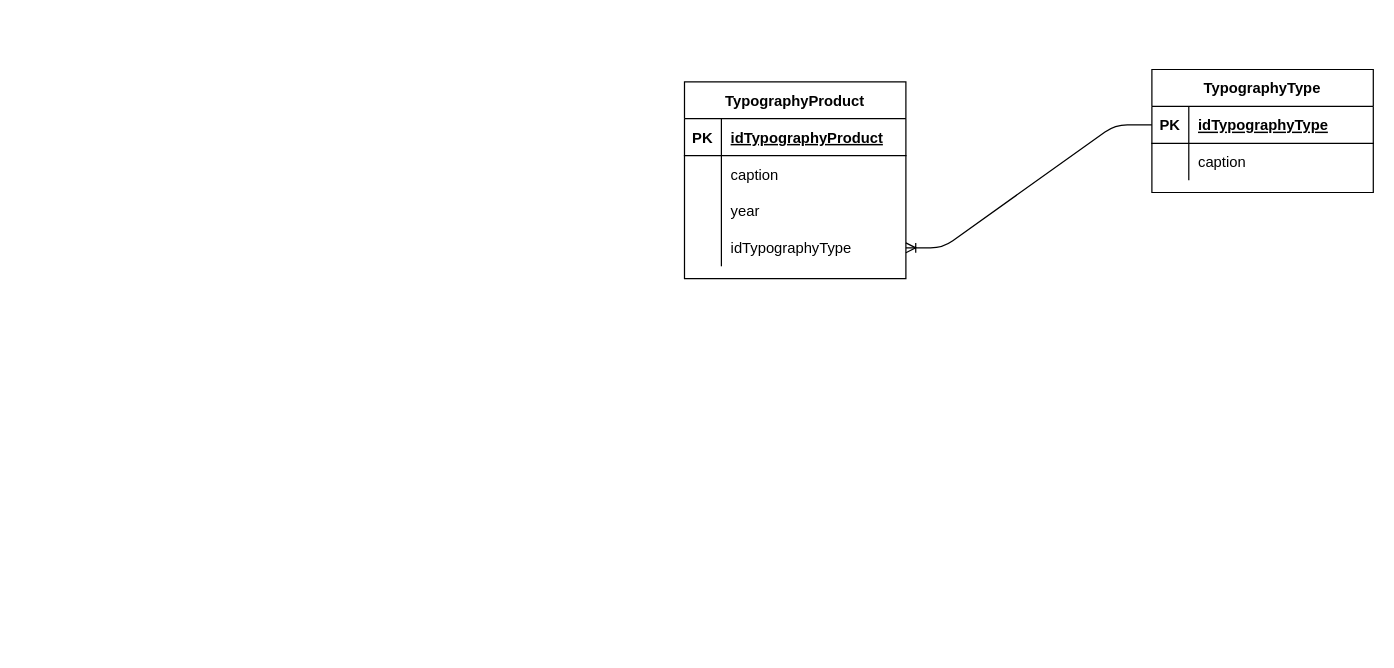
Earlier version of the draw.io diagram page "Общая структура" (1 of 2) of Vetus-liber_db.drawio (pmswga/Manuscript). Source tidied: cells renumbered, new cells numbered last; positions are measured from the earlier drawing's top-left corner, leaving out a move shared by most shapes. Both pictures are drawn from the tidied source at 123%, with x=0, y=0 at pixel (684, 69).
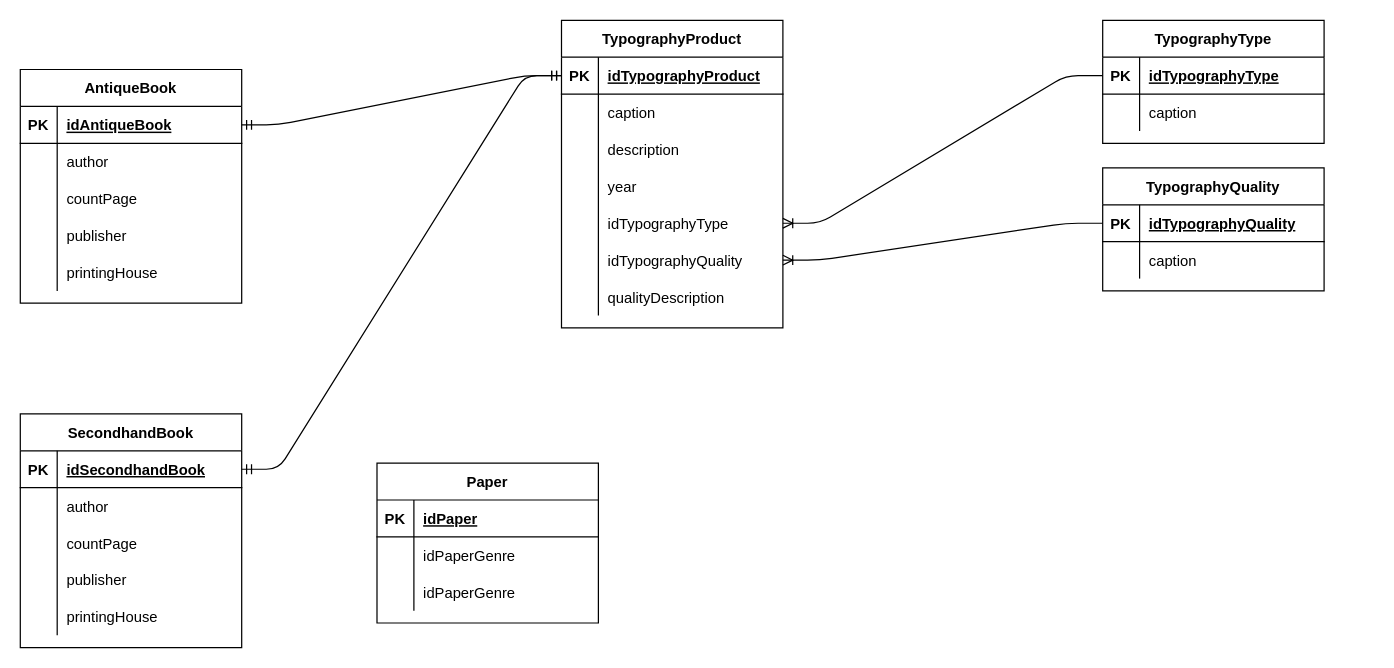
Above is the later version.

The change refers to these unchanged cells:
```xml
<mxCell id="4" style="shape=partialRectangle;fillColor=none;top=0;left=0;bottom=1;right=0;points=[[0,0.5],[1,0.5]];portConstraint=eastwest;" parent="3" vertex="1">
  <mxGeometry y="30" width="180" height="30" as="geometry" />
</mxCell>
<mxCell id="17" style="shape=partialRectangle;fillColor=none;top=0;left=0;bottom=1;right=0;points=[[0,0.5],[1,0.5]];portConstraint=eastwest;" parent="16" vertex="1">
  <mxGeometry y="30" width="180" height="30" as="geometry" />
</mxCell>
```

Change to the diagram source:
```diff
@@
-    <mxCell id="2" style="edgeStyle=entityRelationEdgeStyle;fontSize=12;html=1;endArrow=ERoneToMany;" parent="1" edge="1" source="17" target="13">
+    <mxCell id="2" style="edgeStyle=entityRelationEdgeStyle;fontSize=12;html=1;endArrow=ERoneToMany;" parent="1" edge="1" source="17" target="26">
       <mxGeometry relative="1" as="geometry" />
     </mxCell>
     <mxCell id="3" value="TypographyProduct" style="shape=table;startSize=30;childLayout=tableLayout;rowLines=0;fontStyle=1;align=center;" parent="1" vertex="1">
-      <mxGeometry y="10" width="180" height="160" as="geometry" />
+      <mxGeometry x="-100" y="-40" width="180" height="250" as="geometry" />
     </mxCell>
@@
+    <mxCell id="23" style="shape=partialRectangle;fillColor=none;top=0;left=0;bottom=0;right=0;" parent="3" vertex="1">
+      <mxGeometry y="90" width="180" height="30" as="geometry" />
+    </mxCell>
+    <mxCell id="24" style="shape=partialRectangle;fillColor=none;top=0;left=0;bottom=0;right=0;overflow=hidden;" parent="23" vertex="1">
+      <mxGeometry width="30" height="30" as="geometry" />
+    </mxCell>
+    <mxCell id="25" value="description" style="shape=partialRectangle;fillColor=none;top=0;left=0;bottom=0;right=0;align=left;spacingLeft=6;overflow=hidden;" parent="23" vertex="1">
+      <mxGeometry x="30" width="150" height="30" as="geometry" />
+    </mxCell>
     <mxCell id="10" style="shape=partialRectangle;fillColor=none;top=0;left=0;bottom=0;right=0;" parent="3" vertex="1">
-      <mxGeometry y="90" width="180" height="30" as="geometry" />
+      <mxGeometry y="120" width="180" height="30" as="geometry" />
     </mxCell>
@@
+    <mxCell id="26" style="shape=partialRectangle;fillColor=none;top=0;left=0;bottom=0;right=0;points=[[0,0.5],[1,0.5]];portConstraint=eastwest;" parent="3" vertex="1">
+      <mxGeometry y="150" width="180" height="30" as="geometry" />
+    </mxCell>
+    <mxCell id="27" style="shape=partialRectangle;fillColor=none;top=0;left=0;bottom=0;right=0;overflow=hidden;" parent="26" vertex="1">
+      <mxGeometry width="30" height="30" as="geometry" />
+    </mxCell>
+    <mxCell id="28" value="idTypographyType" style="shape=partialRectangle;fillColor=none;top=0;left=0;bottom=0;right=0;align=left;spacingLeft=6;overflow=hidden;" parent="26" vertex="1">
+      <mxGeometry x="30" width="150" height="30" as="geometry" />
+    </mxCell>
+    <mxCell id="29" style="shape=partialRectangle;fillColor=none;top=0;left=0;bottom=0;right=0;points=[[0,0.5],[1,0.5]];portConstraint=eastwest;" parent="3" vertex="1">
+      <mxGeometry y="180" width="180" height="30" as="geometry" />
+    </mxCell>
+    <mxCell id="30" style="shape=partialRectangle;fillColor=none;top=0;left=0;bottom=0;right=0;overflow=hidden;" parent="29" vertex="1">
+      <mxGeometry width="30" height="30" as="geometry" />
+    </mxCell>
+    <mxCell id="31" value="idTypographyQuality" style="shape=partialRectangle;fillColor=none;top=0;left=0;bottom=0;right=0;align=left;spacingLeft=6;overflow=hidden;" parent="29" vertex="1">
+      <mxGeometry x="30" width="150" height="30" as="geometry" />
+    </mxCell>
     <mxCell id="13" style="shape=partialRectangle;fillColor=none;top=0;left=0;bottom=0;right=0;points=[[0,0.5],[1,0.5]];portConstraint=eastwest;" parent="3" vertex="1">
-      <mxGeometry y="120" width="180" height="30" as="geometry" />
+      <mxGeometry y="210" width="180" height="30" as="geometry" />
     </mxCell>
@@
-    <mxCell id="15" value="idTypographyType" style="shape=partialRectangle;fillColor=none;top=0;left=0;bottom=0;right=0;align=left;spacingLeft=6;overflow=hidden;" parent="13" vertex="1">
+    <mxCell id="15" value="qualityDescription" style="shape=partialRectangle;fillColor=none;top=0;left=0;bottom=0;right=0;align=left;spacingLeft=6;overflow=hidden;" parent="13" vertex="1">
       <mxGeometry x="30" width="150" height="30" as="geometry" />
     </mxCell>
     <mxCell id="16" value="TypographyType" style="shape=table;startSize=30;childLayout=tableLayout;rowLines=0;fontStyle=1;align=center;" parent="1" vertex="1">
-      <mxGeometry x="380" width="180" height="100" as="geometry" />
+      <mxGeometry x="340" y="-40" width="180" height="100" as="geometry" />
     </mxCell>
@@
+    <mxCell id="32" value="TypographyQuality" style="shape=table;startSize=30;childLayout=tableLayout;rowLines=0;fontStyle=1;align=center;" parent="1" vertex="1">
+      <mxGeometry x="340" y="80" width="180" height="100" as="geometry" />
+    </mxCell>
+    <mxCell id="33" style="shape=partialRectangle;fillColor=none;top=0;left=0;bottom=1;right=0;points=[[0,0.5],[1,0.5]];portConstraint=eastwest;" parent="32" vertex="1">
+      <mxGeometry y="30" width="180" height="30" as="geometry" />
+    </mxCell>
+    <mxCell id="34" value="PK" style="shape=partialRectangle;fillColor=none;top=0;left=0;bottom=0;right=0;fontStyle=1;overflow=hidden;" parent="33" vertex="1">
+      <mxGeometry width="30" height="30" as="geometry" />
+    </mxCell>
+    <mxCell id="35" value="idTypographyQuality" style="shape=partialRectangle;fillColor=none;top=0;left=0;bottom=0;right=0;align=left;spacingLeft=6;fontStyle=5;overflow=hidden;" parent="33" vertex="1">
+      <mxGeometry x="30" width="150" height="30" as="geometry" />
+    </mxCell>
+    <mxCell id="36" style="shape=partialRectangle;fillColor=none;top=0;left=0;bottom=0;right=0;" parent="32" vertex="1">
+      <mxGeometry y="60" width="180" height="30" as="geometry" />
+    </mxCell>
+    <mxCell id="37" style="shape=partialRectangle;fillColor=none;top=0;left=0;bottom=0;right=0;overflow=hidden;" parent="36" vertex="1">
+      <mxGeometry width="30" height="30" as="geometry" />
+    </mxCell>
+    <mxCell id="38" value="caption" style="shape=partialRectangle;fillColor=none;top=0;left=0;bottom=0;right=0;align=left;spacingLeft=6;overflow=hidden;" parent="36" vertex="1">
+      <mxGeometry x="30" width="150" height="30" as="geometry" />
+    </mxCell>
+    <mxCell id="39" style="edgeStyle=entityRelationEdgeStyle;fontSize=12;html=1;endArrow=ERoneToMany;" parent="1" edge="1" source="33" target="29">
+      <mxGeometry relative="1" as="geometry" />
+    </mxCell>
+    <mxCell id="40" style="edgeStyle=entityRelationEdgeStyle;fontSize=12;html=1;endArrow=ERmandOne;startArrow=ERmandOne;" parent="1" edge="1" source="58" target="4">
+      <mxGeometry relative="1" as="geometry" />
+    </mxCell>
+    <mxCell id="41" value="SecondhandBook" style="shape=table;startSize=30;childLayout=tableLayout;rowLines=0;fontStyle=1;align=center;" parent="1" vertex="1">
+      <mxGeometry x="-540" y="280" width="180" height="190" as="geometry" />
+    </mxCell>
+    <mxCell id="42" style="shape=partialRectangle;fillColor=none;top=0;left=0;bottom=1;right=0;points=[[0,0.5],[1,0.5]];portConstraint=eastwest;" parent="41" vertex="1">
+      <mxGeometry y="30" width="180" height="30" as="geometry" />
+    </mxCell>
+    <mxCell id="43" value="PK" style="shape=partialRectangle;fillColor=none;top=0;left=0;bottom=0;right=0;fontStyle=1;overflow=hidden;" parent="42" vertex="1">
+      <mxGeometry width="30" height="30" as="geometry" />
+    </mxCell>
+    <mxCell id="44" value="idSecondhandBook" style="shape=partialRectangle;fillColor=none;top=0;left=0;bottom=0;right=0;align=left;spacingLeft=6;fontStyle=5;overflow=hidden;" parent="42" vertex="1">
+      <mxGeometry x="30" width="150" height="30" as="geometry" />
+    </mxCell>
+    <mxCell id="45" style="shape=partialRectangle;fillColor=none;top=0;left=0;bottom=0;right=0;" parent="41" vertex="1">
+      <mxGeometry y="60" width="180" height="30" as="geometry" />
+    </mxCell>
+    <mxCell id="46" style="shape=partialRectangle;fillColor=none;top=0;left=0;bottom=0;right=0;overflow=hidden;" parent="45" vertex="1">
+      <mxGeometry width="30" height="30" as="geometry" />
+    </mxCell>
+    <mxCell id="47" value="author" style="shape=partialRectangle;fillColor=none;top=0;left=0;bottom=0;right=0;align=left;spacingLeft=6;overflow=hidden;" parent="45" vertex="1">
+      <mxGeometry x="30" width="150" height="30" as="geometry" />
+    </mxCell>
+    <mxCell id="48" style="shape=partialRectangle;fillColor=none;top=0;left=0;bottom=0;right=0;" parent="41" vertex="1">
+      <mxGeometry y="90" width="180" height="30" as="geometry" />
+    </mxCell>
+    <mxCell id="49" style="shape=partialRectangle;fillColor=none;top=0;left=0;bottom=0;right=0;overflow=hidden;" parent="48" vertex="1">
+      <mxGeometry width="30" height="30" as="geometry" />
+    </mxCell>
+    <mxCell id="50" value="countPage" style="shape=partialRectangle;fillColor=none;top=0;left=0;bottom=0;right=0;align=left;spacingLeft=6;overflow=hidden;" parent="48" vertex="1">
+      <mxGeometry x="30" width="150" height="30" as="geometry" />
+    </mxCell>
+    <mxCell id="51" style="shape=partialRectangle;fillColor=none;top=0;left=0;bottom=0;right=0;" parent="41" vertex="1">
+      <mxGeometry y="120" width="180" height="30" as="geometry" />
+    </mxCell>
+    <mxCell id="52" style="shape=partialRectangle;fillColor=none;top=0;left=0;bottom=0;right=0;overflow=hidden;" parent="51" vertex="1">
+      <mxGeometry width="30" height="30" as="geometry" />
+    </mxCell>
+    <mxCell id="53" value="publisher" style="shape=partialRectangle;fillColor=none;top=0;left=0;bottom=0;right=0;align=left;spacingLeft=6;overflow=hidden;" parent="51" vertex="1">
+      <mxGeometry x="30" width="150" height="30" as="geometry" />
+    </mxCell>
+    <mxCell id="54" style="shape=partialRectangle;fillColor=none;top=0;left=0;bottom=0;right=0;" parent="41" vertex="1">
+      <mxGeometry y="150" width="180" height="30" as="geometry" />
+    </mxCell>
+    <mxCell id="55" style="shape=partialRectangle;fillColor=none;top=0;left=0;bottom=0;right=0;overflow=hidden;" parent="54" vertex="1">
+      <mxGeometry width="30" height="30" as="geometry" />
+    </mxCell>
+    <mxCell id="56" value="printingHouse" style="shape=partialRectangle;fillColor=none;top=0;left=0;bottom=0;right=0;align=left;spacingLeft=6;overflow=hidden;" parent="54" vertex="1">
+      <mxGeometry x="30" width="150" height="30" as="geometry" />
+    </mxCell>
+    <mxCell id="57" value="AntiqueBook" style="shape=table;startSize=30;childLayout=tableLayout;rowLines=0;fontStyle=1;align=center;" parent="1" vertex="1">
+      <mxGeometry x="-540" width="180" height="190" as="geometry" />
+    </mxCell>
+    <mxCell id="58" style="shape=partialRectangle;fillColor=none;top=0;left=0;bottom=1;right=0;points=[[0,0.5],[1,0.5]];portConstraint=eastwest;" parent="57" vertex="1">
+      <mxGeometry y="30" width="180" height="30" as="geometry" />
+    </mxCell>
+    <mxCell id="59" value="PK" style="shape=partialRectangle;fillColor=none;top=0;left=0;bottom=0;right=0;fontStyle=1;overflow=hidden;" parent="58" vertex="1">
+      <mxGeometry width="30" height="30" as="geometry" />
+    </mxCell>
+    <mxCell id="60" value="idAntiqueBook" style="shape=partialRectangle;fillColor=none;top=0;left=0;bottom=0;right=0;align=left;spacingLeft=6;fontStyle=5;overflow=hidden;" parent="58" vertex="1">
+      <mxGeometry x="30" width="150" height="30" as="geometry" />
+    </mxCell>
+    <mxCell id="61" style="shape=partialRectangle;fillColor=none;top=0;left=0;bottom=0;right=0;" parent="57" vertex="1">
+      <mxGeometry y="60" width="180" height="30" as="geometry" />
+    </mxCell>
+    <mxCell id="62" style="shape=partialRectangle;fillColor=none;top=0;left=0;bottom=0;right=0;overflow=hidden;" parent="61" vertex="1">
+      <mxGeometry width="30" height="30" as="geometry" />
+    </mxCell>
+    <mxCell id="63" value="author" style="shape=partialRectangle;fillColor=none;top=0;left=0;bottom=0;right=0;align=left;spacingLeft=6;overflow=hidden;" parent="61" vertex="1">
+      <mxGeometry x="30" width="150" height="30" as="geometry" />
+    </mxCell>
+    <mxCell id="64" style="shape=partialRectangle;fillColor=none;top=0;left=0;bottom=0;right=0;" parent="57" vertex="1">
+      <mxGeometry y="90" width="180" height="30" as="geometry" />
+    </mxCell>
+    <mxCell id="65" style="shape=partialRectangle;fillColor=none;top=0;left=0;bottom=0;right=0;overflow=hidden;" parent="64" vertex="1">
+      <mxGeometry width="30" height="30" as="geometry" />
+    </mxCell>
+    <mxCell id="66" value="countPage" style="shape=partialRectangle;fillColor=none;top=0;left=0;bottom=0;right=0;align=left;spacingLeft=6;overflow=hidden;" parent="64" vertex="1">
+      <mxGeometry x="30" width="150" height="30" as="geometry" />
+    </mxCell>
+    <mxCell id="67" style="shape=partialRectangle;fillColor=none;top=0;left=0;bottom=0;right=0;" parent="57" vertex="1">
+      <mxGeometry y="120" width="180" height="30" as="geometry" />
+    </mxCell>
+    <mxCell id="68" style="shape=partialRectangle;fillColor=none;top=0;left=0;bottom=0;right=0;overflow=hidden;" parent="67" vertex="1">
+      <mxGeometry width="30" height="30" as="geometry" />
+    </mxCell>
+    <mxCell id="69" value="publisher" style="shape=partialRectangle;fillColor=none;top=0;left=0;bottom=0;right=0;align=left;spacingLeft=6;overflow=hidden;" parent="67" vertex="1">
+      <mxGeometry x="30" width="150" height="30" as="geometry" />
+    </mxCell>
+    <mxCell id="70" style="shape=partialRectangle;fillColor=none;top=0;left=0;bottom=0;right=0;" parent="57" vertex="1">
+      <mxGeometry y="150" width="180" height="30" as="geometry" />
+    </mxCell>
+    <mxCell id="71" style="shape=partialRectangle;fillColor=none;top=0;left=0;bottom=0;right=0;overflow=hidden;" parent="70" vertex="1">
+      <mxGeometry width="30" height="30" as="geometry" />
+    </mxCell>
+    <mxCell id="72" value="printingHouse" style="shape=partialRectangle;fillColor=none;top=0;left=0;bottom=0;right=0;align=left;spacingLeft=6;overflow=hidden;" parent="70" vertex="1">
+      <mxGeometry x="30" width="150" height="30" as="geometry" />
+    </mxCell>
+    <mxCell id="73" style="edgeStyle=entityRelationEdgeStyle;fontSize=12;html=1;endArrow=ERmandOne;startArrow=ERmandOne;" parent="1" edge="1" source="42" target="4">
+      <mxGeometry relative="1" as="geometry" />
+    </mxCell>
+    <mxCell id="74" value="Paper" style="shape=table;startSize=30;childLayout=tableLayout;rowLines=0;fontStyle=1;align=center;" parent="1" vertex="1">
+      <mxGeometry x="-250" y="320" width="180" height="130" as="geometry" />
+    </mxCell>
+    <mxCell id="75" style="shape=partialRectangle;fillColor=none;top=0;left=0;bottom=1;right=0;" parent="74" vertex="1">
+      <mxGeometry y="30" width="180" height="30" as="geometry" />
+    </mxCell>
+    <mxCell id="76" value="PK" style="shape=partialRectangle;fillColor=none;top=0;left=0;bottom=0;right=0;fontStyle=1;overflow=hidden;" parent="75" vertex="1">
+      <mxGeometry width="30" height="30" as="geometry" />
+    </mxCell>
+    <mxCell id="77" value="idPaper" style="shape=partialRectangle;fillColor=none;top=0;left=0;bottom=0;right=0;align=left;spacingLeft=6;fontStyle=5;overflow=hidden;" parent="75" vertex="1">
+      <mxGeometry x="30" width="150" height="30" as="geometry" />
+    </mxCell>
+    <mxCell id="78" style="shape=partialRectangle;fillColor=none;top=0;left=0;bottom=0;right=0;" parent="74" vertex="1">
+      <mxGeometry y="60" width="180" height="30" as="geometry" />
+    </mxCell>
+    <mxCell id="79" style="shape=partialRectangle;fillColor=none;top=0;left=0;bottom=0;right=0;overflow=hidden;" parent="78" vertex="1">
+      <mxGeometry width="30" height="30" as="geometry" />
+    </mxCell>
+    <mxCell id="80" value="idPaperGenre" style="shape=partialRectangle;fillColor=none;top=0;left=0;bottom=0;right=0;align=left;spacingLeft=6;overflow=hidden;" parent="78" vertex="1">
+      <mxGeometry x="30" width="150" height="30" as="geometry" />
+    </mxCell>
+    <mxCell id="81" style="shape=partialRectangle;fillColor=none;top=0;left=0;bottom=0;right=0;" parent="74" vertex="1">
+      <mxGeometry y="90" width="180" height="30" as="geometry" />
+    </mxCell>
+    <mxCell id="82" style="shape=partialRectangle;fillColor=none;top=0;left=0;bottom=0;right=0;overflow=hidden;" parent="81" vertex="1">
+      <mxGeometry width="30" height="30" as="geometry" />
+    </mxCell>
+    <mxCell id="83" value="idPaperGenre" style="shape=partialRectangle;fillColor=none;top=0;left=0;bottom=0;right=0;align=left;spacingLeft=6;overflow=hidden;" parent="81" vertex="1">
+      <mxGeometry x="30" width="150" height="30" as="geometry" />
+    </mxCell>
```
